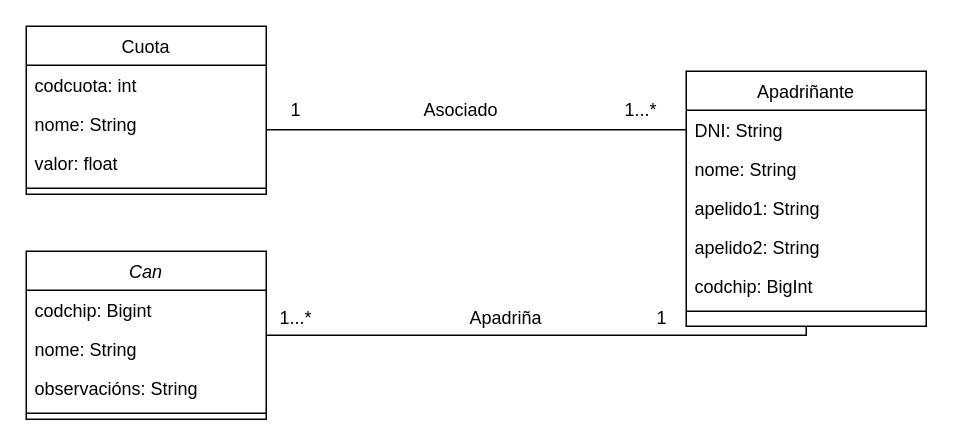
alucinanteccl/TraballoTutelado-BDA keeps this draw.io diagram as Diagrama sin título.drawio. Above is the earlier version. Source tidied: cells renumbered, new cells numbered last; positions are measured from the earlier drawing's top-left corner, leaving out a move shared by most shapes. Both pictures are drawn from the tidied source at 150%, with x=0, y=0 at pixel (26, 26).
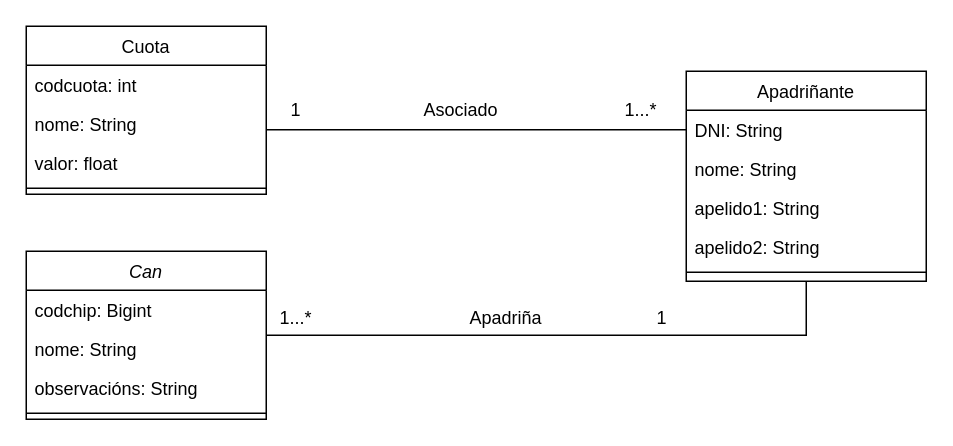
The same page after the edit.

Diff of the diagram source:
```diff
@@
     <mxCell id="8" value="Apadriñante" style="swimlane;fontStyle=0;align=center;verticalAlign=top;horizontal=1;startSize=26;rounded=0;shadow=0;strokeWidth=1;" parent="1" vertex="1">
-      <mxGeometry x="440" y="30" width="160" height="170" as="geometry" />
+      <mxGeometry x="440" y="30" width="160" height="140" as="geometry" />
     </mxCell>
@@
-    <mxCell id="13" value="codchip: BigInt" style="text;align=left;verticalAlign=top;spacingLeft=4;spacingRight=4;overflow=hidden;rounded=0;shadow=0;html=0;" parent="8" vertex="1">
-      <mxGeometry y="130" width="160" height="26" as="geometry" />
-    </mxCell>
     <mxCell id="14" style="line;html=1;strokeWidth=1;align=left;verticalAlign=middle;spacingTop=-1;spacingLeft=3;spacingRight=3;labelPosition=right;" parent="8" vertex="1">
-      <mxGeometry y="156" width="160" height="8" as="geometry" />
+      <mxGeometry y="130" width="160" height="8" as="geometry" />
     </mxCell>
```
